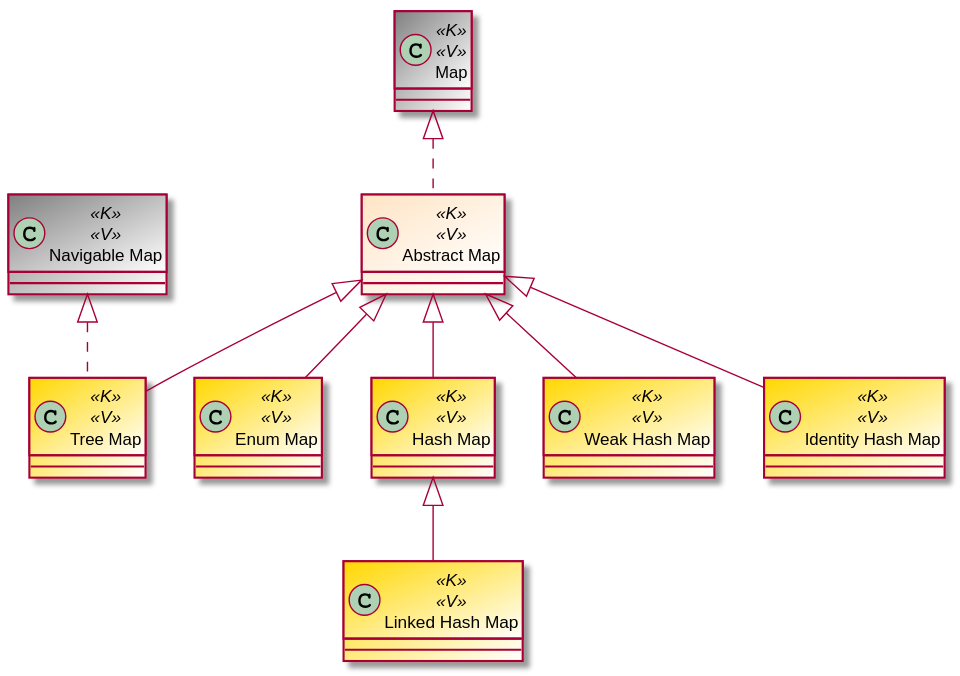
Above: USantaTecla/tech-java/images/Map2.svg in USantaTecla-0-general/3-publicaciones (PlantUML), before the change.
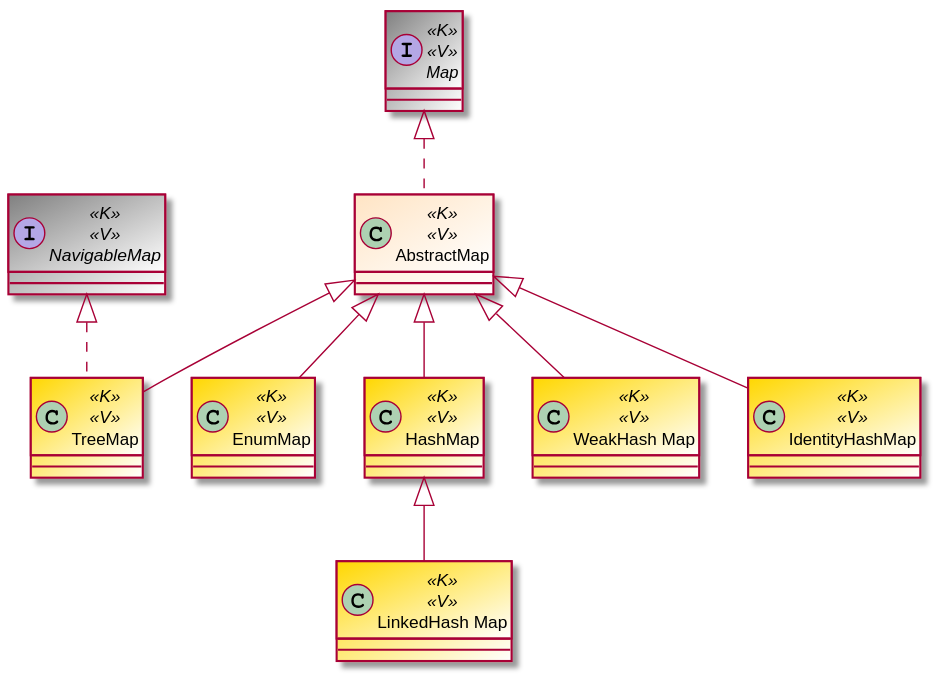
The same file after the commit.

What changed in the source:
```diff
@@ -1,13 +1,13 @@
 @startuml
-class Map <<K>> <<V>> #grey/white
-class "Navigable Map" as NavigableMap <<K>> <<V>> #grey/white
-class "Abstract Map" as AbstractMap <<K>> <<V>> #bisque/white
-class "Tree Map" as TreeMap <<K>> <<V>> #gold/white
-class "Enum Map" as EnumMap <<K>> <<V>> #gold/white
-class "Hash Map" as HashMap <<K>> <<V>>#gold/white
-class "Weak Hash Map" as WeakHashMap <<K>> <<V>> #gold/white
-class "Identity Hash Map" as IdentityHashMap <<K>> <<V>> #gold/white
-class "Linked Hash Map" as LinkedHashMap <<K>> <<V>> #gold/white
+interface Map <<K>> <<V>> #grey/white
+interface "NavigableMap" as NavigableMap <<K>> <<V>> #grey/white
+class "AbstractMap" as AbstractMap <<K>> <<V>> #bisque/white
+class "TreeMap" as TreeMap <<K>> <<V>> #gold/white
+class "EnumMap" as EnumMap <<K>> <<V>> #gold/white
+class "HashMap" as HashMap <<K>> <<V>>#gold/white
+class "WeakHash Map" as WeakHashMap <<K>> <<V>> #gold/white
+class "IdentityHashMap" as IdentityHashMap <<K>> <<V>> #gold/white
+class "LinkedHash Map" as LinkedHashMap <<K>> <<V>> #gold/white
 
 Map <|.. AbstractMap
 NavigableMap <|.. TreeMap
```
